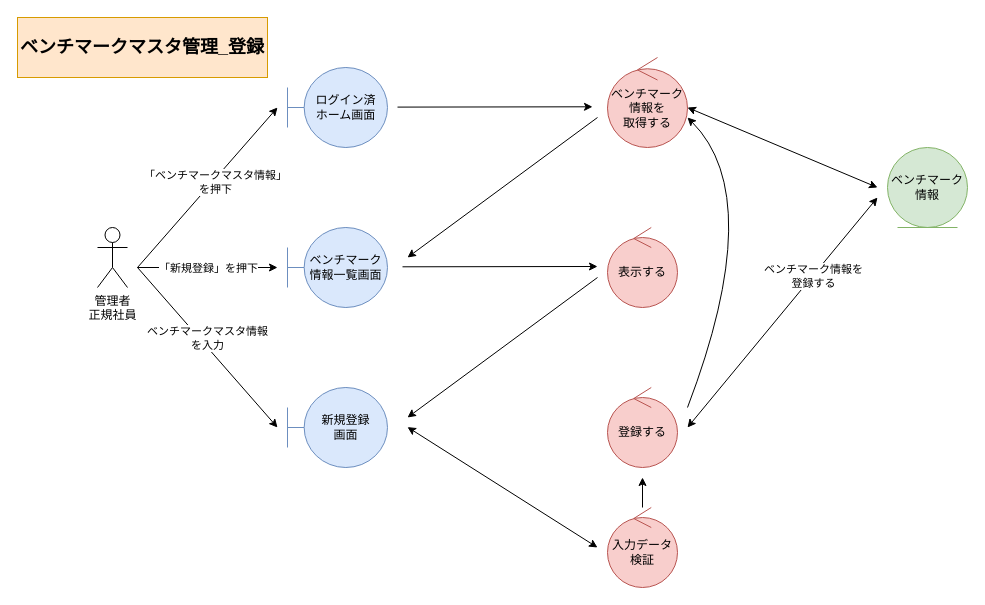
Above: page "*ベンチマークマスタ管理_登録" (1 of 4) of 各種設計書/3ロバストネス図/マスタ管理/5.ベンチマークマスタ.drawio in HaruShim/Sotuken (draw.io), before the change. Source tidied: cells renumbered, new cells numbered last; positions are measured from the earlier drawing's top-left corner, leaving out a move shared by most shapes. Both pictures are drawn from the tidied source at 100%, with x=0, y=0 at pixel (17, 17).
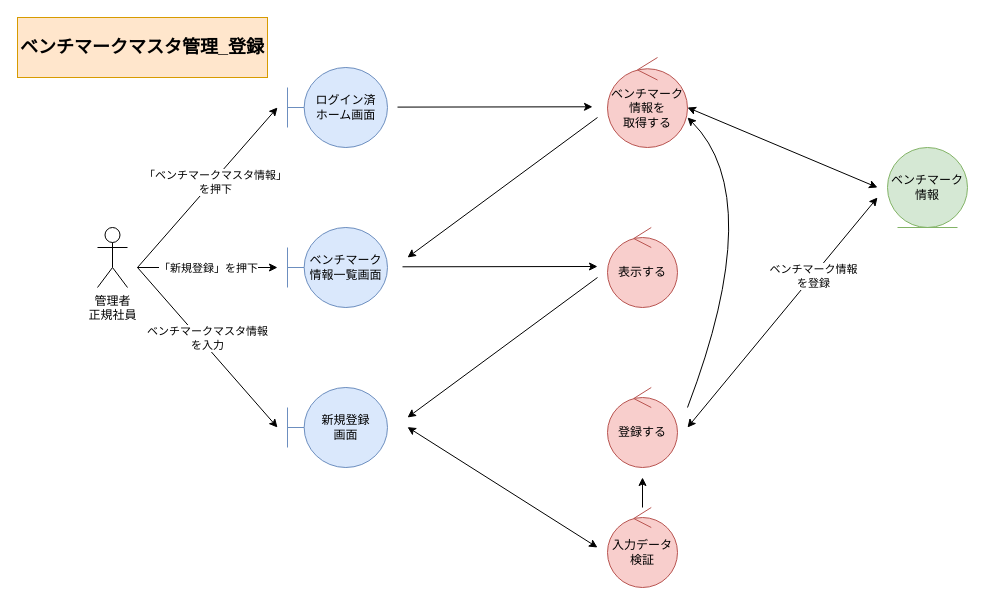
The same diagram, later.

Unchanged cells that the change refers to:
```xml
<mxCell id="21" style="endArrow=classic;html=1;rounded=0;startArrow=classic;startFill=1;" parent="1" edge="1">
  <mxGeometry relative="1" as="geometry">
    <mxPoint x="670" y="410" as="sourcePoint" />
    <mxPoint x="860" y="180" as="targetPoint" />
  </mxGeometry>
</mxCell>
```

Change to the diagram source:
```diff
@@
-    <mxCell id="22" value="ベンチマーク情報を&lt;br&gt;登録する" style="edgeLabel;html=1;align=center;verticalAlign=middle;" parent="21" vertex="1">
+    <mxCell id="22" value="ベンチマーク情報&lt;br&gt;を登録" style="edgeLabel;html=1;align=center;verticalAlign=middle;" parent="21" vertex="1">
       <mxGeometry x="0.32" y="-1" relative="1" as="geometry">
         <mxPoint x="-1" as="offset" />
       </mxGeometry>
     </mxCell>
```
